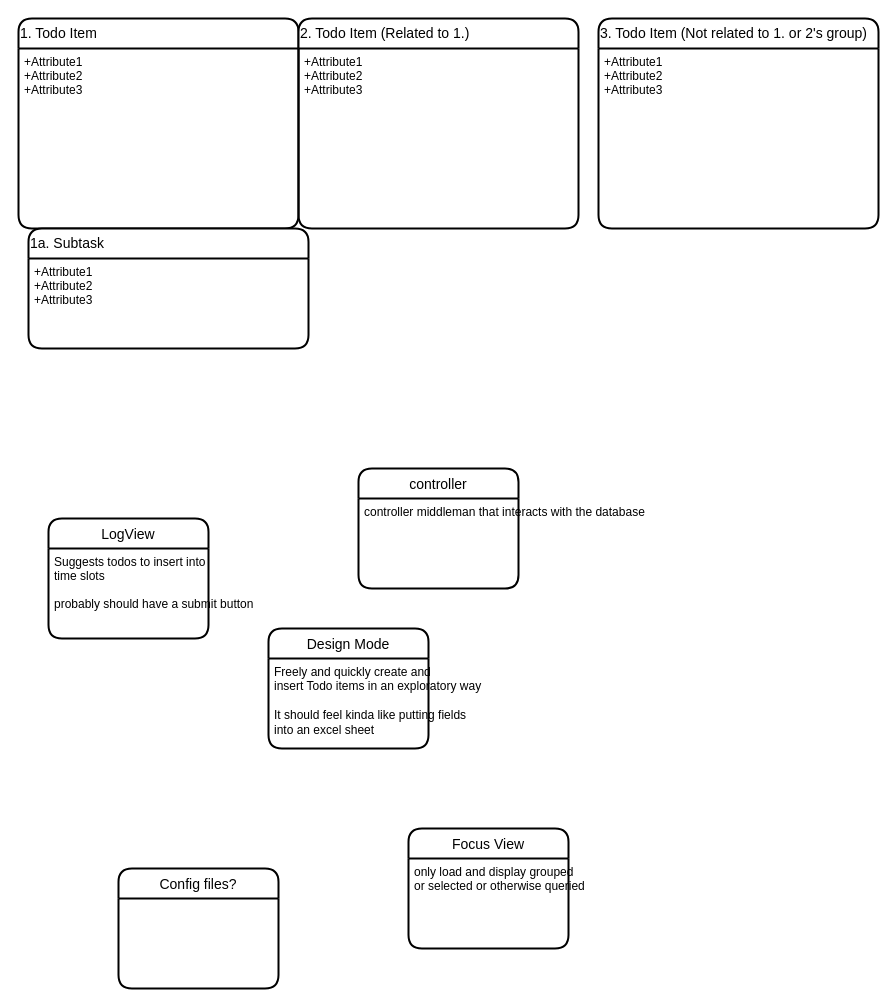
ChristopherCautivar/simple-todo-webapp keeps this draw.io diagram as page "Wireframe" (3 of 4) of database mockup.drawio. Above is the earlier version. Source tidied: cells renumbered, new cells numbered last; positions are measured from the earlier drawing's top-left corner, leaving out a move shared by most shapes. Both pictures are drawn from the tidied source at 100%, with x=0, y=0 at pixel (18, 18).
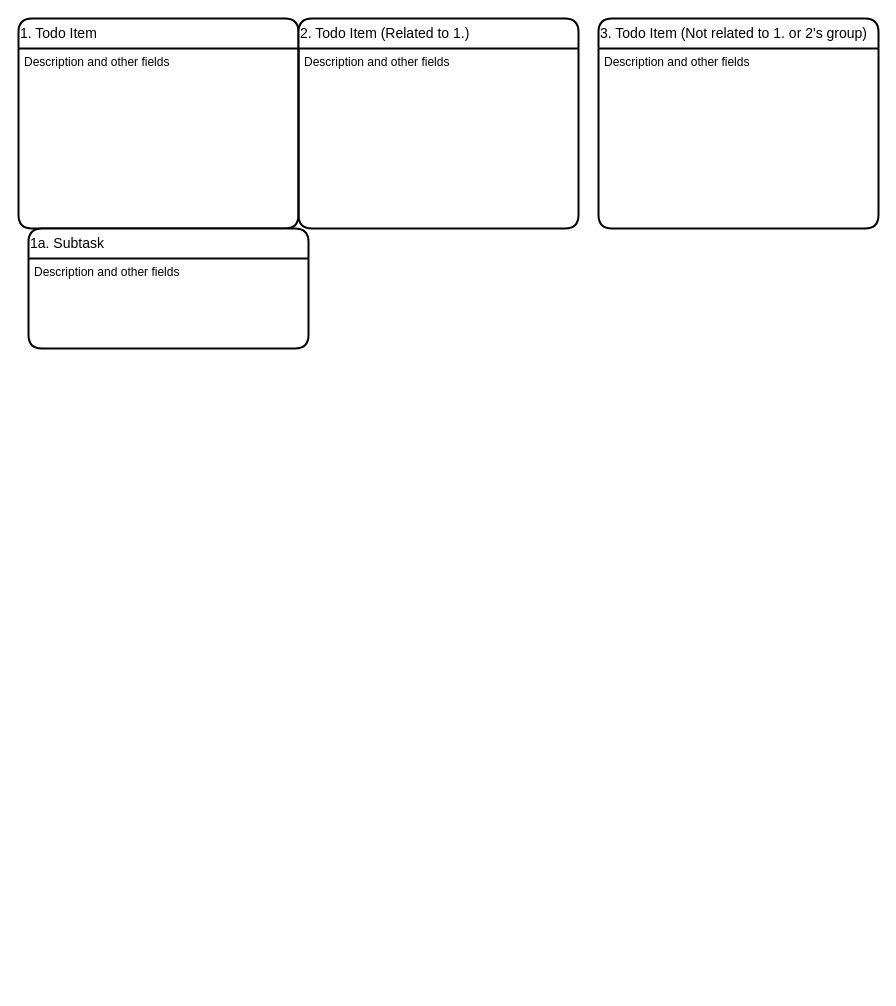
The same page after the edit.

Commit message (it also covers changes not shown here):
updated readme, added extra database models, refined draw.io models.

What changed in the source:
```diff
@@
 <mxGraphModel>
   <root>
     <mxCell id="0" />
     <mxCell id="1" parent="0" />
-    <mxCell id="2" value="LogView" style="swimlane;horizontal=1;startSize=30;rounded=1;fontSize=14;fontStyle=0;strokeWidth=2;shadow=0;dashed=0;align=center;" parent="1" vertex="1">
-      <mxGeometry x="30" y="500" width="160" height="120" as="geometry" />
-    </mxCell>
-    <mxCell id="3" value="Suggests todos to insert into &#10;time slots&#10;&#10;probably should have a submit button" style="align=left;strokeColor=none;fillColor=none;spacingLeft=4;fontSize=12;verticalAlign=top;" parent="2" vertex="1">
-      <mxGeometry y="30" width="160" height="90" as="geometry" />
-    </mxCell>
     <mxCell id="4" value="&lt;span&gt;1. Todo Item&lt;/span&gt;" style="swimlane;horizontal=1;startSize=30;rounded=1;fontSize=14;fontStyle=0;strokeWidth=2;shadow=0;dashed=0;align=left;html=1;" parent="1" vertex="1">
       <mxGeometry width="280" height="210" as="geometry" />
     </mxCell>
-    <mxCell id="5" value="+Attribute1&#10;+Attribute2&#10;+Attribute3" style="align=left;strokeColor=none;fillColor=none;spacingLeft=4;fontSize=12;verticalAlign=top;" parent="4" vertex="1">
+    <mxCell id="5" value="Description and other fields" style="align=left;strokeColor=none;fillColor=none;spacingLeft=4;fontSize=12;verticalAlign=top;" parent="4" vertex="1">
       <mxGeometry y="30" width="280" height="180" as="geometry" />
     </mxCell>
-    <mxCell id="6" value="controller" style="swimlane;horizontal=1;startSize=30;rounded=1;fontSize=14;fontStyle=0;strokeWidth=2;shadow=0;dashed=0;align=center;" parent="1" vertex="1">
-      <mxGeometry x="340" y="450" width="160" height="120" as="geometry" />
-    </mxCell>
-    <mxCell id="7" value="controller middleman that interacts with the database&#10;" style="align=left;strokeColor=none;fillColor=none;spacingLeft=4;fontSize=12;verticalAlign=top;" parent="6" vertex="1">
-      <mxGeometry y="30" width="160" height="90" as="geometry" />
-    </mxCell>
     <mxCell id="8" value="&lt;span&gt;2. Todo Item (Related to 1.)&lt;/span&gt;" style="swimlane;horizontal=1;startSize=30;rounded=1;fontSize=14;fontStyle=0;strokeWidth=2;shadow=0;dashed=0;align=left;html=1;" parent="1" vertex="1">
       <mxGeometry x="280" width="280" height="210" as="geometry" />
     </mxCell>
-    <mxCell id="9" value="+Attribute1&#10;+Attribute2&#10;+Attribute3" style="align=left;strokeColor=none;fillColor=none;spacingLeft=4;fontSize=12;verticalAlign=top;" parent="8" vertex="1">
+    <mxCell id="9" value="Description and other fields" style="align=left;strokeColor=none;fillColor=none;spacingLeft=4;fontSize=12;verticalAlign=top;" parent="8" vertex="1">
       <mxGeometry y="30" width="280" height="180" as="geometry" />
     </mxCell>
     <mxCell id="10" value="&lt;span&gt;1a. Subtask&lt;/span&gt;" style="swimlane;horizontal=1;startSize=30;rounded=1;fontSize=14;fontStyle=0;strokeWidth=2;shadow=0;dashed=0;align=left;html=1;" parent="1" vertex="1">
       <mxGeometry x="10" y="210" width="280" height="120" as="geometry" />
     </mxCell>
-    <mxCell id="11" value="+Attribute1&#10;+Attribute2&#10;+Attribute3" style="align=left;strokeColor=none;fillColor=none;spacingLeft=4;fontSize=12;verticalAlign=top;" parent="10" vertex="1">
+    <mxCell id="11" value="Description and other fields" style="align=left;strokeColor=none;fillColor=none;spacingLeft=4;fontSize=12;verticalAlign=top;" parent="10" vertex="1">
       <mxGeometry y="30" width="280" height="90" as="geometry" />
     </mxCell>
-    <mxCell id="12" value="Design Mode" style="swimlane;horizontal=1;startSize=30;rounded=1;fontSize=14;fontStyle=0;strokeWidth=2;shadow=0;dashed=0;align=center;" parent="1" vertex="1">
-      <mxGeometry x="250" y="610" width="160" height="120" as="geometry" />
-    </mxCell>
-    <mxCell id="13" value="Freely and quickly create and&lt;br&gt;insert Todo items in an exploratory way&lt;br&gt;&lt;br&gt;It should feel kinda like putting fields&lt;br&gt;into an excel sheet" style="align=left;strokeColor=none;fillColor=none;spacingLeft=4;fontSize=12;verticalAlign=top;html=1;" parent="12" vertex="1">
-      <mxGeometry y="30" width="160" height="90" as="geometry" />
-    </mxCell>
-    <mxCell id="14" value="Config files?" style="swimlane;horizontal=1;startSize=30;rounded=1;fontSize=14;fontStyle=0;strokeWidth=2;shadow=0;dashed=0;align=center;" parent="1" vertex="1">
-      <mxGeometry x="100" y="850" width="160" height="120" as="geometry" />
-    </mxCell>
-    <mxCell id="15" value="Focus View" style="swimlane;horizontal=1;startSize=30;rounded=1;fontSize=14;fontStyle=0;strokeWidth=2;shadow=0;dashed=0;align=center;" parent="1" vertex="1">
-      <mxGeometry x="390" y="810" width="160" height="120" as="geometry" />
-    </mxCell>
-    <mxCell id="16" value="only load and display grouped&lt;br&gt;or selected or otherwise queried" style="align=left;strokeColor=none;fillColor=none;spacingLeft=4;fontSize=12;verticalAlign=top;html=1;" parent="15" vertex="1">
-      <mxGeometry y="30" width="160" height="90" as="geometry" />
-    </mxCell>
     <mxCell id="17" value="&lt;span&gt;3. Todo Item (Not related to 1. or 2's group)&lt;/span&gt;" style="swimlane;horizontal=1;startSize=30;rounded=1;fontSize=14;fontStyle=0;strokeWidth=2;shadow=0;dashed=0;align=left;html=1;" parent="1" vertex="1">
       <mxGeometry x="580" width="280" height="210" as="geometry" />
     </mxCell>
-    <mxCell id="18" value="+Attribute1&#10;+Attribute2&#10;+Attribute3" style="align=left;strokeColor=none;fillColor=none;spacingLeft=4;fontSize=12;verticalAlign=top;" parent="17" vertex="1">
+    <mxCell id="18" value="Description and other fields" style="align=left;strokeColor=none;fillColor=none;spacingLeft=4;fontSize=12;verticalAlign=top;" parent="17" vertex="1">
       <mxGeometry y="30" width="280" height="180" as="geometry" />
     </mxCell>
   </root>
 </mxGraphModel>
```
